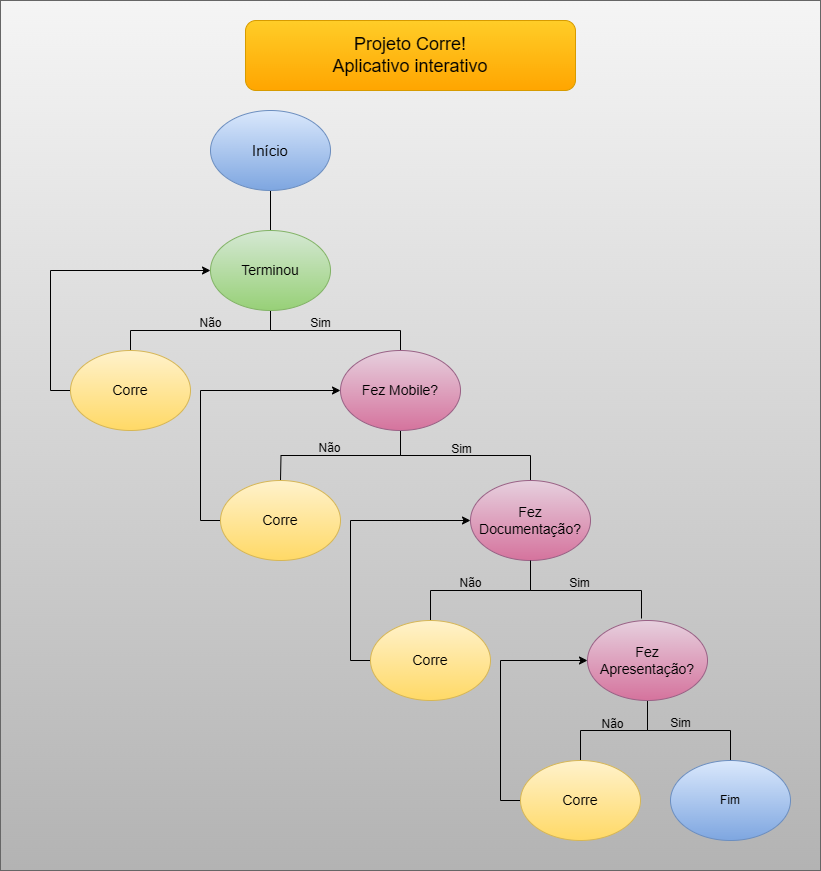
Earlier version of the draw.io export docs/Diagrama Corre.png (Carla-coder/projeto-corre). Source tidied: cells renumbered, new cells last; positions are measured from the earlier drawing's top-left corner, leaving out a move shared by most shapes. The source it was exported from:
```xml
<mxGraphModel>
  <root>
    <mxCell id="0" />
    <mxCell id="1" parent="0" />
    <mxCell id="2" style="rounded=0;whiteSpace=wrap;html=1;fillColor=#f5f5f5;gradientColor=#b3b3b3;strokeColor=#666666;" parent="1" vertex="1">
      <mxGeometry width="820" height="870" as="geometry" />
    </mxCell>
    <mxCell id="3" value="&lt;font style=&quot;font-size: 18px;&quot;&gt;Projeto Corre!&lt;/font&gt;&lt;div&gt;&lt;font style=&quot;font-size: 18px;&quot;&gt;Aplicativo interativo&lt;/font&gt;&lt;/div&gt;" style="rounded=1;whiteSpace=wrap;html=1;fillColor=#ffcd28;gradientColor=#ffa500;strokeColor=#d79b00;" parent="1" vertex="1">
      <mxGeometry x="245" y="20" width="330" height="70" as="geometry" />
    </mxCell>
    <mxCell id="4" style="edgeStyle=orthogonalEdgeStyle;rounded=0;jettySize=auto;html=1;exitX=0.5;exitY=1;exitDx=0;exitDy=0;endArrow=none;endFill=0;" parent="1" edge="1" source="5" target="8">
      <mxGeometry relative="1" as="geometry" />
    </mxCell>
    <mxCell id="5" value="&lt;font style=&quot;font-size: 15px;&quot;&gt;Início&lt;/font&gt;" style="ellipse;whiteSpace=wrap;html=1;fillColor=#dae8fc;gradientColor=#7ea6e0;strokeColor=#6c8ebf;" parent="1" vertex="1">
      <mxGeometry x="210" y="110" width="120" height="80" as="geometry" />
    </mxCell>
    <mxCell id="6" style="edgeStyle=orthogonalEdgeStyle;rounded=0;jettySize=auto;html=1;exitX=0.5;exitY=1;exitDx=0;exitDy=0;endArrow=none;endFill=0;" parent="1" edge="1" source="8" target="10">
      <mxGeometry relative="1" as="geometry" />
    </mxCell>
    <mxCell id="7" style="edgeStyle=orthogonalEdgeStyle;rounded=0;jettySize=auto;html=1;exitX=0.5;exitY=1;exitDx=0;exitDy=0;entryX=0.5;entryY=0;entryDx=0;entryDy=0;endArrow=none;endFill=0;" parent="1" edge="1" source="8" target="13">
      <mxGeometry relative="1" as="geometry" />
    </mxCell>
    <mxCell id="8" value="&lt;font style=&quot;font-size: 14px;&quot;&gt;Terminou&lt;/font&gt;" style="ellipse;whiteSpace=wrap;html=1;fillColor=#d5e8d4;gradientColor=#97d077;strokeColor=#82b366;" parent="1" vertex="1">
      <mxGeometry x="210" y="230" width="120" height="80" as="geometry" />
    </mxCell>
    <mxCell id="9" style="edgeStyle=orthogonalEdgeStyle;rounded=0;jettySize=auto;html=1;exitX=0;exitY=0.5;exitDx=0;exitDy=0;entryX=0;entryY=0.5;entryDx=0;entryDy=0;" parent="1" edge="1" source="10" target="8">
      <mxGeometry relative="1" as="geometry" />
    </mxCell>
    <mxCell id="10" value="&lt;font style=&quot;font-size: 14px;&quot;&gt;Corre&lt;/font&gt;" style="ellipse;whiteSpace=wrap;html=1;fillColor=#fff2cc;gradientColor=#ffd966;strokeColor=#d6b656;" parent="1" vertex="1">
      <mxGeometry x="70" y="350" width="120" height="80" as="geometry" />
    </mxCell>
    <mxCell id="11" style="edgeStyle=orthogonalEdgeStyle;rounded=0;jettySize=auto;html=1;exitX=0.5;exitY=1;exitDx=0;exitDy=0;endArrow=none;endFill=0;" parent="1" edge="1" source="13">
      <mxGeometry relative="1" as="geometry">
        <mxPoint x="280" y="480" as="targetPoint" />
      </mxGeometry>
    </mxCell>
    <mxCell id="12" style="edgeStyle=orthogonalEdgeStyle;rounded=0;jettySize=auto;html=1;exitX=0.5;exitY=1;exitDx=0;exitDy=0;entryX=0.5;entryY=0;entryDx=0;entryDy=0;endArrow=none;endFill=0;" parent="1" edge="1" source="13" target="17">
      <mxGeometry relative="1" as="geometry" />
    </mxCell>
    <mxCell id="13" value="&lt;font style=&quot;font-size: 14px;&quot;&gt;Fez Mobile?&lt;/font&gt;" style="ellipse;whiteSpace=wrap;html=1;fillColor=#e6d0de;gradientColor=#d5739d;strokeColor=#996185;" parent="1" vertex="1">
      <mxGeometry x="340" y="350" width="120" height="80" as="geometry" />
    </mxCell>
    <mxCell id="14" value="Não" style="text;html=1;align=center;verticalAlign=middle;strokeColor=none;fillColor=none;" parent="1" vertex="1">
      <mxGeometry x="185" y="308" width="50" height="30" as="geometry" />
    </mxCell>
    <mxCell id="15" value="Sim" style="text;html=1;align=center;verticalAlign=middle;strokeColor=none;fillColor=none;" parent="1" vertex="1">
      <mxGeometry x="300" y="308" width="40" height="30" as="geometry" />
    </mxCell>
    <mxCell id="16" style="edgeStyle=orthogonalEdgeStyle;rounded=0;jettySize=auto;html=1;exitX=0.5;exitY=1;exitDx=0;exitDy=0;entryX=0.5;entryY=0;entryDx=0;entryDy=0;endArrow=none;endFill=0;" parent="1" edge="1" source="17" target="23">
      <mxGeometry relative="1" as="geometry" />
    </mxCell>
    <mxCell id="17" value="&lt;font style=&quot;font-size: 14px;&quot;&gt;Fez Documentação?&lt;/font&gt;" style="ellipse;whiteSpace=wrap;html=1;fillColor=#e6d0de;gradientColor=#d5739d;strokeColor=#996185;" parent="1" vertex="1">
      <mxGeometry x="470" y="480" width="120" height="80" as="geometry" />
    </mxCell>
    <mxCell id="18" style="edgeStyle=orthogonalEdgeStyle;rounded=0;jettySize=auto;html=1;exitX=0;exitY=0.5;exitDx=0;exitDy=0;entryX=0;entryY=0.5;entryDx=0;entryDy=0;" parent="1" edge="1" source="19" target="13">
      <mxGeometry relative="1" as="geometry" />
    </mxCell>
    <mxCell id="19" value="&lt;font style=&quot;font-size: 14px;&quot;&gt;Corre&lt;/font&gt;" style="ellipse;whiteSpace=wrap;html=1;fillColor=#fff2cc;gradientColor=#ffd966;strokeColor=#d6b656;" parent="1" vertex="1">
      <mxGeometry x="220" y="480" width="120" height="80" as="geometry" />
    </mxCell>
    <mxCell id="20" value="Não" style="text;html=1;align=center;verticalAlign=middle;strokeColor=none;fillColor=none;" parent="1" vertex="1">
      <mxGeometry x="304" y="433" width="50" height="30" as="geometry" />
    </mxCell>
    <mxCell id="21" value="Sim" style="text;html=1;align=center;verticalAlign=middle;strokeColor=none;fillColor=none;" parent="1" vertex="1">
      <mxGeometry x="441" y="434" width="40" height="30" as="geometry" />
    </mxCell>
    <mxCell id="22" style="edgeStyle=orthogonalEdgeStyle;rounded=0;jettySize=auto;html=1;exitX=0;exitY=0.5;exitDx=0;exitDy=0;entryX=0;entryY=0.5;entryDx=0;entryDy=0;" parent="1" edge="1" source="23" target="17">
      <mxGeometry relative="1" as="geometry" />
    </mxCell>
    <mxCell id="23" value="&lt;font style=&quot;font-size: 14px;&quot;&gt;Corre&lt;/font&gt;" style="ellipse;whiteSpace=wrap;html=1;fillColor=#fff2cc;gradientColor=#ffd966;strokeColor=#d6b656;" parent="1" vertex="1">
      <mxGeometry x="370" y="620" width="120" height="80" as="geometry" />
    </mxCell>
    <mxCell id="24" style="edgeStyle=orthogonalEdgeStyle;rounded=0;jettySize=auto;html=1;exitX=0.5;exitY=1;exitDx=0;exitDy=0;entryX=0.5;entryY=0;entryDx=0;entryDy=0;endArrow=none;endFill=0;" parent="1" edge="1" source="26" target="31">
      <mxGeometry relative="1" as="geometry" />
    </mxCell>
    <mxCell id="25" style="edgeStyle=orthogonalEdgeStyle;rounded=0;jettySize=auto;html=1;exitX=0.5;exitY=1;exitDx=0;exitDy=0;entryX=0.5;entryY=0;entryDx=0;entryDy=0;endArrow=none;endFill=0;" parent="1" edge="1" source="26" target="32">
      <mxGeometry relative="1" as="geometry" />
    </mxCell>
    <mxCell id="26" value="&lt;font style=&quot;font-size: 14px;&quot;&gt;Fez Apresentação?&lt;/font&gt;" style="ellipse;whiteSpace=wrap;html=1;fillColor=#e6d0de;gradientColor=#d5739d;strokeColor=#996185;" parent="1" vertex="1">
      <mxGeometry x="587" y="620" width="120" height="80" as="geometry" />
    </mxCell>
    <mxCell id="27" style="edgeStyle=orthogonalEdgeStyle;rounded=0;jettySize=auto;html=1;exitX=0.5;exitY=1;exitDx=0;exitDy=0;endArrow=none;endFill=0;entryX=0.45;entryY=-0.025;entryDx=0;entryDy=0;entryPerimeter=0;" parent="1" edge="1" source="17" target="26">
      <mxGeometry relative="1" as="geometry" />
    </mxCell>
    <mxCell id="28" value="Não" style="text;html=1;align=center;verticalAlign=middle;strokeColor=none;fillColor=none;" parent="1" vertex="1">
      <mxGeometry x="445" y="568" width="50" height="30" as="geometry" />
    </mxCell>
    <mxCell id="29" value="Sim" style="text;html=1;align=center;verticalAlign=middle;strokeColor=none;fillColor=none;" parent="1" vertex="1">
      <mxGeometry x="559" y="568" width="40" height="30" as="geometry" />
    </mxCell>
    <mxCell id="30" style="edgeStyle=orthogonalEdgeStyle;rounded=0;jettySize=auto;html=1;exitX=0;exitY=0.5;exitDx=0;exitDy=0;entryX=0;entryY=0.5;entryDx=0;entryDy=0;" parent="1" edge="1" source="31" target="26">
      <mxGeometry relative="1" as="geometry" />
    </mxCell>
    <mxCell id="31" value="&lt;font style=&quot;font-size: 14px;&quot;&gt;Corre&lt;/font&gt;" style="ellipse;whiteSpace=wrap;html=1;fillColor=#fff2cc;gradientColor=#ffd966;strokeColor=#d6b656;" parent="1" vertex="1">
      <mxGeometry x="520" y="760" width="120" height="80" as="geometry" />
    </mxCell>
    <mxCell id="32" value="Fim" style="ellipse;whiteSpace=wrap;html=1;fillColor=#dae8fc;gradientColor=#7ea6e0;strokeColor=#6c8ebf;" parent="1" vertex="1">
      <mxGeometry x="670" y="760" width="120" height="80" as="geometry" />
    </mxCell>
    <mxCell id="33" value="Não" style="text;html=1;align=center;verticalAlign=middle;strokeColor=none;fillColor=none;" parent="1" vertex="1">
      <mxGeometry x="587" y="709" width="50" height="30" as="geometry" />
    </mxCell>
    <mxCell id="34" value="Sim" style="text;html=1;align=center;verticalAlign=middle;strokeColor=none;fillColor=none;" parent="1" vertex="1">
      <mxGeometry x="660" y="708" width="40" height="30" as="geometry" />
    </mxCell>
  </root>
</mxGraphModel>
```
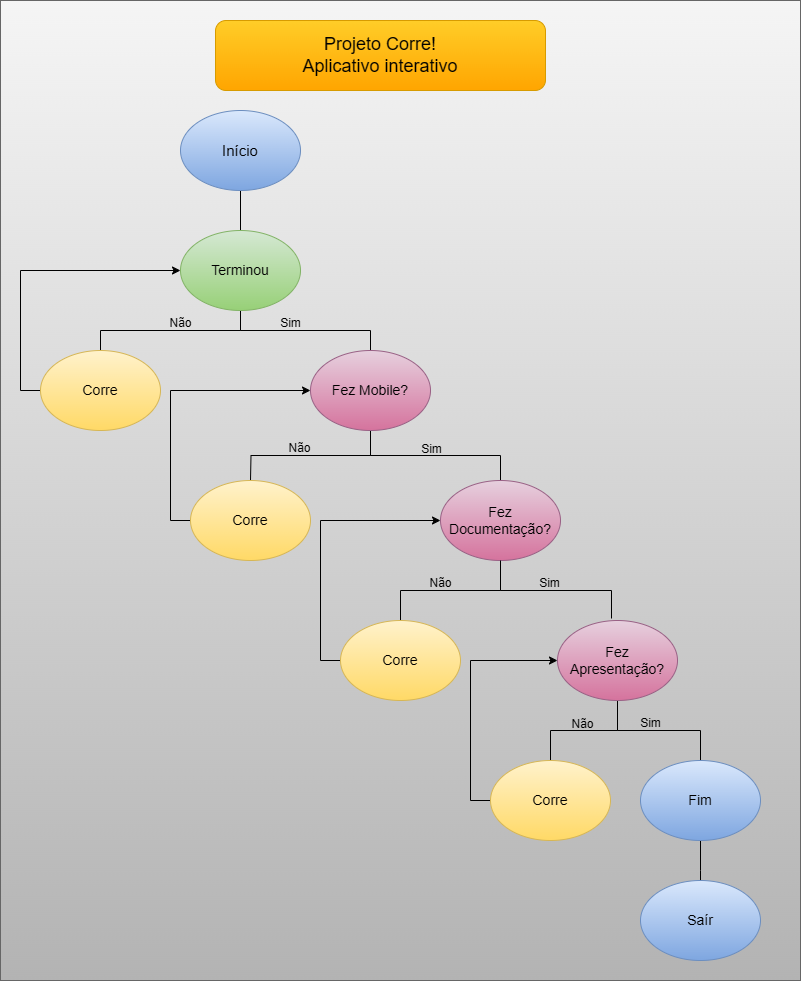
The same diagram one commit later.

Change to the diagram source:
```diff
@@ -3,7 +3,7 @@
     <mxCell id="0" />
     <mxCell id="1" parent="0" />
     <mxCell id="2" style="rounded=0;whiteSpace=wrap;html=1;fillColor=#f5f5f5;gradientColor=#b3b3b3;strokeColor=#666666;" parent="1" vertex="1">
-      <mxGeometry width="820" height="870" as="geometry" />
+      <mxGeometry x="30" width="800" height="980" as="geometry" />
     </mxCell>
     <mxCell id="3" value="&lt;font style=&quot;font-size: 18px;&quot;&gt;Projeto Corre!&lt;/font&gt;&lt;div&gt;&lt;font style=&quot;font-size: 18px;&quot;&gt;Aplicativo interativo&lt;/font&gt;&lt;/div&gt;" style="rounded=1;whiteSpace=wrap;html=1;fillColor=#ffcd28;gradientColor=#ffa500;strokeColor=#d79b00;" parent="1" vertex="1">
       <mxGeometry x="245" y="20" width="330" height="70" as="geometry" />
@@ -94,7 +94,12 @@
     <mxCell id="31" value="&lt;font style=&quot;font-size: 14px;&quot;&gt;Corre&lt;/font&gt;" style="ellipse;whiteSpace=wrap;html=1;fillColor=#fff2cc;gradientColor=#ffd966;strokeColor=#d6b656;" parent="1" vertex="1">
       <mxGeometry x="520" y="760" width="120" height="80" as="geometry" />
     </mxCell>
+    <mxCell id="35" style="edgeStyle=orthogonalEdgeStyle;rounded=0;jettySize=auto;html=1;exitX=0.5;exitY=1;exitDx=0;exitDy=0;endArrow=none;endFill=0;" parent="1" edge="1" source="32">
+      <mxGeometry relative="1" as="geometry">
+        <mxPoint x="730" y="900" as="targetPoint" />
+      </mxGeometry>
+    </mxCell>
-    <mxCell id="32" value="Fim" style="ellipse;whiteSpace=wrap;html=1;fillColor=#dae8fc;gradientColor=#7ea6e0;strokeColor=#6c8ebf;" parent="1" vertex="1">
+    <mxCell id="32" value="&lt;font style=&quot;font-size: 14px;&quot;&gt;Fim&lt;/font&gt;" style="ellipse;whiteSpace=wrap;html=1;fillColor=#dae8fc;gradientColor=#7ea6e0;strokeColor=#6c8ebf;" parent="1" vertex="1">
       <mxGeometry x="670" y="760" width="120" height="80" as="geometry" />
     </mxCell>
     <mxCell id="33" value="Não" style="text;html=1;align=center;verticalAlign=middle;strokeColor=none;fillColor=none;" parent="1" vertex="1">
@@ -103,5 +108,8 @@
     <mxCell id="34" value="Sim" style="text;html=1;align=center;verticalAlign=middle;strokeColor=none;fillColor=none;" parent="1" vertex="1">
       <mxGeometry x="660" y="708" width="40" height="30" as="geometry" />
     </mxCell>
+    <mxCell id="36" value="&lt;font style=&quot;font-size: 14px;&quot;&gt;Saír&lt;/font&gt;" style="ellipse;whiteSpace=wrap;html=1;fillColor=#dae8fc;gradientColor=#7ea6e0;strokeColor=#6c8ebf;" parent="1" vertex="1">
+      <mxGeometry x="670" y="880" width="120" height="80" as="geometry" />
+    </mxCell>
   </root>
 </mxGraphModel>
```
